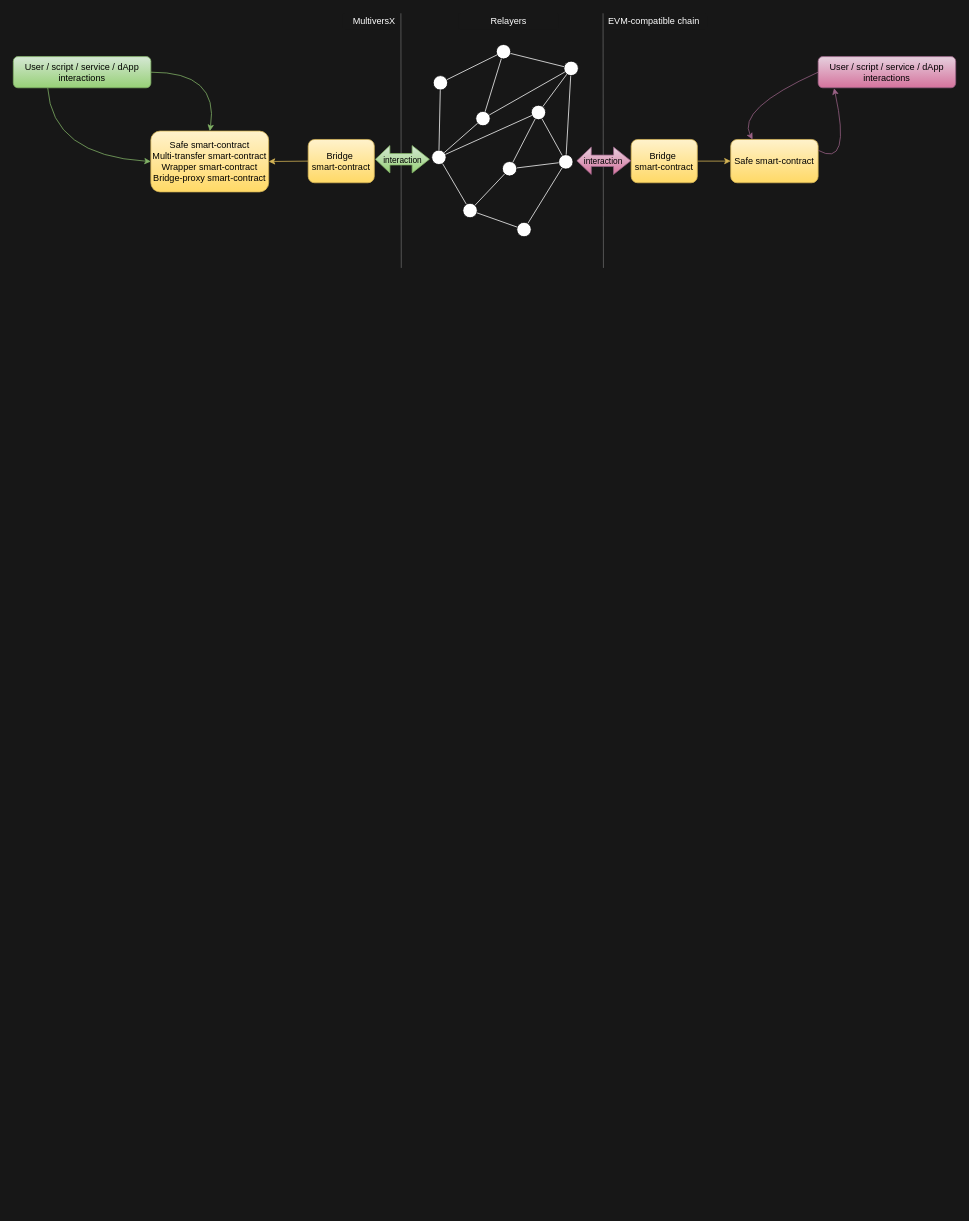
Above: static/xbridge/xbridge-dark.drawio in multiversx/mx-docs (draw.io), before the change. Source tidied: cells renumbered, new cells numbered last; positions are measured from the earlier drawing's top-left corner, leaving out a move shared by most shapes. Both pictures are drawn from the tidied source at 76%, with x=0, y=0 at pixel (13, 13).
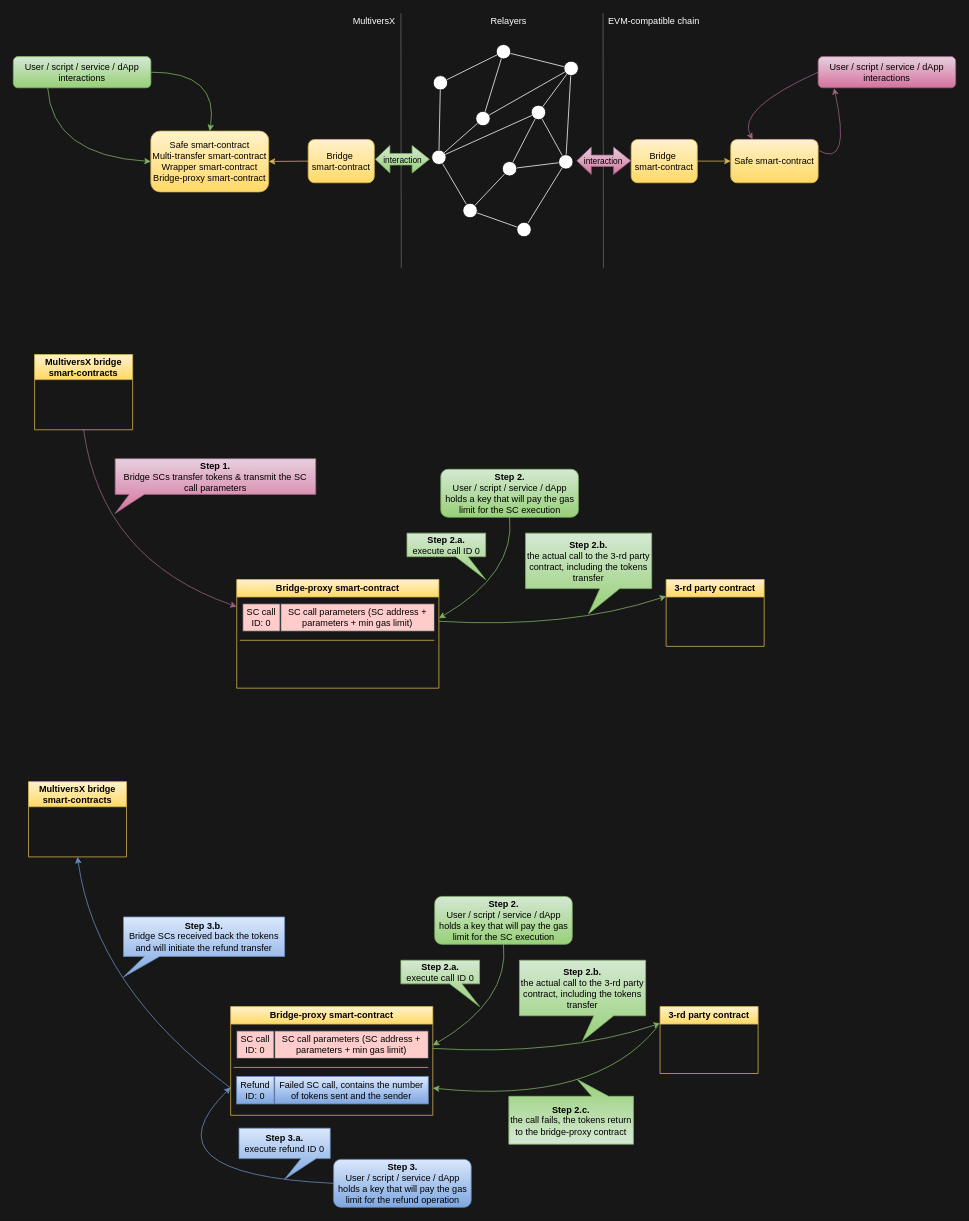
The same page after the edit.

Diff of the diagram source:
```diff
@@
+    <mxCell id="49" value="Bridge-proxy smart-contract" style="swimlane;whiteSpace=wrap;html=1;fillColor=#fff2cc;gradientColor=#ffd966;strokeColor=#d6b656;swimlaneLine=1;noLabel=0;" parent="1" vertex="1">
+      <mxGeometry x="294" y="745" width="266" height="143" as="geometry" />
+    </mxCell>
+    <mxCell id="50" value="SC call parameters (SC address + parameters + min gas limit)" style="rounded=0;whiteSpace=wrap;html=1;fillColor=#ffcccc;strokeColor=#36393d;" parent="49" vertex="1">
+      <mxGeometry x="58" y="32" width="202" height="36" as="geometry" />
+    </mxCell>
+    <mxCell id="51" value="&lt;div&gt;SC call&lt;/div&gt;ID: 0" style="rounded=0;whiteSpace=wrap;html=1;fillColor=#ffcccc;strokeColor=#36393d;" parent="49" vertex="1">
+      <mxGeometry x="8" y="32" width="49" height="36" as="geometry" />
+    </mxCell>
+    <mxCell id="52" style="endArrow=none;html=1;rounded=0;fillColor=#fff2cc;strokeColor=#d6b656;" parent="49" edge="1">
+      <mxGeometry relative="1" as="geometry">
+        <mxPoint x="4" y="80" as="sourcePoint" />
+        <mxPoint x="260" y="80" as="targetPoint" />
+      </mxGeometry>
+    </mxCell>
+    <mxCell id="53" style="curved=1;endArrow=classic;html=1;entryX=0;entryY=0.25;entryDx=0;entryDy=0;strokeColor=#996185;fillColor=#e6d0de;gradientColor=#d5739d;exitX=0.5;exitY=1;exitDx=0;exitDy=0;" parent="1" edge="1" source="58" target="49">
+      <mxGeometry relative="1" as="geometry">
+        <Array as="points">
+          <mxPoint x="116" y="719" />
+        </Array>
+      </mxGeometry>
+    </mxCell>
+    <mxCell id="54" value="&lt;div&gt;&lt;b&gt;Step 2.&lt;/b&gt;&lt;/div&gt;User / script / service / dApp holds a key that will pay the gas limit for the SC execution" style="rounded=1;whiteSpace=wrap;html=1;fillColor=#d5e8d4;strokeColor=#82b366;gradientColor=#97d077;" parent="1" vertex="1">
+      <mxGeometry x="562.5" y="600" width="181" height="63" as="geometry" />
+    </mxCell>
+    <mxCell id="55" style="curved=1;endArrow=classic;html=1;exitX=0.5;exitY=1;exitDx=0;exitDy=0;strokeColor=#82b366;fillColor=#d5e8d4;gradientColor=#97d077;" parent="1" edge="1" source="54">
+      <mxGeometry relative="1" as="geometry">
+        <mxPoint x="560" y="796" as="targetPoint" />
+        <Array as="points">
+          <mxPoint x="661" y="737" />
+        </Array>
+      </mxGeometry>
+    </mxCell>
+    <mxCell id="56" value="3-rd party contract" style="swimlane;whiteSpace=wrap;html=1;fillColor=#fff2cc;gradientColor=#ffd966;strokeColor=#d6b656;" parent="1" vertex="1">
+      <mxGeometry x="859" y="745" width="129" height="88" as="geometry" />
+    </mxCell>
+    <mxCell id="57" style="curved=1;endArrow=classic;html=1;entryX=0;entryY=0.25;entryDx=0;entryDy=0;strokeColor=#82b366;fillColor=#d5e8d4;gradientColor=#97d077;" parent="1" edge="1" target="56">
+      <mxGeometry relative="1" as="geometry">
+        <mxPoint x="560" y="800" as="sourcePoint" />
+        <Array as="points">
+          <mxPoint x="730" y="810" />
+        </Array>
+      </mxGeometry>
+    </mxCell>
+    <mxCell id="58" value="MultiversX bridge smart-contracts" style="swimlane;whiteSpace=wrap;html=1;fillColor=#fff2cc;gradientColor=#ffd966;strokeColor=#d6b656;startSize=33;labelBackgroundColor=none;labelBorderColor=none;" parent="1" vertex="1">
+      <mxGeometry x="28" y="449" width="129" height="99" as="geometry" />
+    </mxCell>
+    <mxCell id="59" style="curved=1;endArrow=classic;html=1;strokeColor=#6c8ebf;fillColor=#dae8fc;exitX=0;exitY=0.75;exitDx=0;exitDy=0;gradientColor=#7ea6e0;entryX=0.5;entryY=1;entryDx=0;entryDy=0;" parent="1" edge="1" target="74">
+      <mxGeometry relative="1" as="geometry">
+        <mxPoint x="286" y="1414.2" as="sourcePoint" />
+        <Array as="points">
+          <mxPoint x="108" y="1281" />
+        </Array>
+      </mxGeometry>
+    </mxCell>
+    <mxCell id="60" style="curved=1;endArrow=classic;html=1;entryX=1;entryY=0.75;entryDx=0;entryDy=0;strokeColor=#82b366;fillColor=#d5e8d4;gradientColor=#97d077;" parent="1" edge="1">
+      <mxGeometry relative="1" as="geometry">
+        <mxPoint x="848" y="1333" as="sourcePoint" />
+        <mxPoint x="552" y="1414.2" as="targetPoint" />
+        <Array as="points">
+          <mxPoint x="766" y="1436" />
+        </Array>
+      </mxGeometry>
+    </mxCell>
+    <mxCell id="61" value="&lt;div&gt;&lt;b&gt;Step 3.&lt;/b&gt;&lt;/div&gt;User / script / service / dApp holds a key that will pay the gas limit for the refund operation" style="rounded=1;whiteSpace=wrap;html=1;fillColor=#dae8fc;strokeColor=#6c8ebf;gradientColor=#7ea6e0;" parent="1" vertex="1">
+      <mxGeometry x="421.5" y="1508" width="181" height="63" as="geometry" />
+    </mxCell>
+    <mxCell id="62" style="curved=1;endArrow=classic;html=1;exitX=0;exitY=0.5;exitDx=0;exitDy=0;strokeColor=#6c8ebf;fillColor=#dae8fc;gradientColor=#7ea6e0;entryX=0;entryY=0.75;entryDx=0;entryDy=0;" parent="1" edge="1" source="61">
+      <mxGeometry relative="1" as="geometry">
+        <mxPoint x="286" y="1413.2" as="targetPoint" />
+        <Array as="points">
+          <mxPoint x="170" y="1528" />
+        </Array>
+      </mxGeometry>
+    </mxCell>
+    <mxCell id="63" value="&lt;div style=&quot;forced-color-adjust: none; color: rgb(0, 0, 0); font-family: Helvetica; font-size: 12px; font-style: normal; font-variant-ligatures: normal; font-variant-caps: normal; font-weight: 400; letter-spacing: normal; orphans: 2; text-align: center; text-indent: 0px; text-transform: none; widows: 2; word-spacing: 0px; -webkit-text-stroke-width: 0px; white-space: normal; text-decoration-thickness: initial; text-decoration-style: initial; text-decoration-color: initial;&quot;&gt;&lt;b style=&quot;forced-color-adjust: none;&quot;&gt;Step 1.&lt;/b&gt;&lt;/div&gt;&lt;span style=&quot;color: rgb(0, 0, 0); font-family: Helvetica; font-size: 12px; font-style: normal; font-variant-ligatures: normal; font-variant-caps: normal; font-weight: 400; letter-spacing: normal; orphans: 2; text-align: center; text-indent: 0px; text-transform: none; widows: 2; word-spacing: 0px; -webkit-text-stroke-width: 0px; white-space: normal; text-decoration-thickness: initial; text-decoration-style: initial; text-decoration-color: initial; float: none; display: inline !important;&quot;&gt;Bridge SCs transfer tokens &amp;amp; transmit the SC call parameters&lt;/span&gt;" style="shape=callout;whiteSpace=wrap;html=1;perimeter=calloutPerimeter;fillColor=#e6d0de;gradientColor=#d5739d;strokeColor=#996185;labelBackgroundColor=none;size=25;position=0.07;position2=0;" parent="1" vertex="1">
+      <mxGeometry x="134" y="586" width="264" height="72" as="geometry" />
+    </mxCell>
+    <mxCell id="64" value="&lt;div style=&quot;forced-color-adjust: none; color: rgb(0, 0, 0); font-family: Helvetica; font-size: 12px; font-style: normal; font-variant-ligatures: normal; font-variant-caps: normal; font-weight: 400; letter-spacing: normal; orphans: 2; text-align: center; text-indent: 0px; text-transform: none; widows: 2; word-spacing: 0px; -webkit-text-stroke-width: 0px; white-space: normal; text-decoration-thickness: initial; text-decoration-style: initial; text-decoration-color: initial;&quot;&gt;&lt;b style=&quot;forced-color-adjust: none;&quot;&gt;Step 2.a.&lt;/b&gt;&lt;/div&gt;&lt;div style=&quot;forced-color-adjust: none; color: rgb(0, 0, 0); font-family: Helvetica; font-size: 12px; font-style: normal; font-variant-ligatures: normal; font-variant-caps: normal; font-weight: 400; letter-spacing: normal; orphans: 2; text-align: center; text-indent: 0px; text-transform: none; widows: 2; word-spacing: 0px; -webkit-text-stroke-width: 0px; white-space: normal; text-decoration-thickness: initial; text-decoration-style: initial; text-decoration-color: initial;&quot;&gt;execute call ID 0&lt;/div&gt;" style="shape=callout;whiteSpace=wrap;html=1;perimeter=calloutPerimeter;fillColor=#d5e8d4;gradientColor=#97d077;strokeColor=#82b366;labelBackgroundColor=none;size=30;position=0.62;position2=1;base=16;" parent="1" vertex="1">
+      <mxGeometry x="518" y="684" width="103.5" height="61" as="geometry" />
+    </mxCell>
+    <mxCell id="65" value="&lt;div style=&quot;forced-color-adjust: none; color: rgb(0, 0, 0); font-family: Helvetica; font-size: 12px; font-style: normal; font-variant-ligatures: normal; font-variant-caps: normal; font-weight: 400; letter-spacing: normal; orphans: 2; text-align: center; text-indent: 0px; text-transform: none; widows: 2; word-spacing: 0px; -webkit-text-stroke-width: 0px; white-space: normal; text-decoration-thickness: initial; text-decoration-style: initial; text-decoration-color: initial;&quot;&gt;&lt;b style=&quot;forced-color-adjust: none;&quot;&gt;Step 2.b.&lt;/b&gt;&lt;/div&gt;&lt;div style=&quot;forced-color-adjust: none; color: rgb(0, 0, 0); font-family: Helvetica; font-size: 12px; font-style: normal; font-variant-ligatures: normal; font-variant-caps: normal; font-weight: 400; letter-spacing: normal; orphans: 2; text-align: center; text-indent: 0px; text-transform: none; widows: 2; word-spacing: 0px; -webkit-text-stroke-width: 0px; white-space: normal; text-decoration-thickness: initial; text-decoration-style: initial; text-decoration-color: initial;&quot;&gt;the actual call to the 3-rd party contract, including the tokens transfer&lt;/div&gt;" style="shape=callout;whiteSpace=wrap;html=1;perimeter=calloutPerimeter;fillColor=#d5e8d4;gradientColor=#97d077;strokeColor=#82b366;labelBackgroundColor=none;base=26;size=33;position=0.59;" parent="1" vertex="1">
+      <mxGeometry x="674" y="684" width="166" height="106" as="geometry" />
+    </mxCell>
+    <mxCell id="66" value="Bridge-proxy smart-contract" style="swimlane;whiteSpace=wrap;html=1;fillColor=#fff2cc;gradientColor=#ffd966;strokeColor=#d6b656;" parent="1" vertex="1">
+      <mxGeometry x="286" y="1307" width="266" height="143" as="geometry" />
+    </mxCell>
+    <mxCell id="67" value="SC call parameters (SC address + parameters + min gas limit)" style="rounded=0;whiteSpace=wrap;html=1;fillColor=#ffcccc;strokeColor=#36393d;" parent="66" vertex="1">
+      <mxGeometry x="58" y="32" width="202" height="36" as="geometry" />
+    </mxCell>
+    <mxCell id="68" value="&lt;div&gt;SC call&lt;/div&gt;ID: 0" style="rounded=0;whiteSpace=wrap;html=1;fillColor=#ffcccc;strokeColor=#36393d;" parent="66" vertex="1">
+      <mxGeometry x="8" y="32" width="49" height="36" as="geometry" />
+    </mxCell>
+    <mxCell id="69" style="endArrow=none;html=1;rounded=0;fillColor=#fff2cc;strokeColor=#d6b656;" parent="66" edge="1">
+      <mxGeometry relative="1" as="geometry">
+        <mxPoint x="4" y="80" as="sourcePoint" />
+        <mxPoint x="260" y="80" as="targetPoint" />
+      </mxGeometry>
+    </mxCell>
+    <mxCell id="70" value="&lt;div&gt;&lt;b&gt;Step 2.&lt;/b&gt;&lt;/div&gt;User / script / service / dApp holds a key that will pay the gas limit for the SC execution" style="rounded=1;whiteSpace=wrap;html=1;fillColor=#d5e8d4;strokeColor=#82b366;gradientColor=#97d077;" parent="1" vertex="1">
+      <mxGeometry x="554.5" y="1162" width="181" height="63" as="geometry" />
+    </mxCell>
+    <mxCell id="71" style="curved=1;endArrow=classic;html=1;exitX=0.5;exitY=1;exitDx=0;exitDy=0;strokeColor=#82b366;fillColor=#d5e8d4;gradientColor=#97d077;" parent="1" edge="1" source="70">
+      <mxGeometry relative="1" as="geometry">
+        <mxPoint x="552" y="1358" as="targetPoint" />
+        <Array as="points">
+          <mxPoint x="653" y="1299" />
+        </Array>
+      </mxGeometry>
+    </mxCell>
+    <mxCell id="72" value="3-rd party contract" style="swimlane;whiteSpace=wrap;html=1;fillColor=#fff2cc;gradientColor=#ffd966;strokeColor=#d6b656;" parent="1" vertex="1">
+      <mxGeometry x="851" y="1307" width="129" height="88" as="geometry" />
+    </mxCell>
+    <mxCell id="73" style="curved=1;endArrow=classic;html=1;entryX=0;entryY=0.25;entryDx=0;entryDy=0;strokeColor=#82b366;fillColor=#d5e8d4;gradientColor=#97d077;" parent="1" edge="1" target="72">
+      <mxGeometry relative="1" as="geometry">
+        <mxPoint x="552" y="1362" as="sourcePoint" />
+        <Array as="points">
+          <mxPoint x="722" y="1372" />
+        </Array>
+      </mxGeometry>
+    </mxCell>
+    <mxCell id="74" value="MultiversX bridge smart-contracts" style="swimlane;whiteSpace=wrap;html=1;fillColor=#fff2cc;gradientColor=#ffd966;strokeColor=#d6b656;startSize=33;labelBackgroundColor=none;labelBorderColor=none;" parent="1" vertex="1">
+      <mxGeometry x="20" y="1011" width="129" height="99" as="geometry" />
+    </mxCell>
+    <mxCell id="75" value="&lt;div style=&quot;forced-color-adjust: none; color: rgb(0, 0, 0); font-family: Helvetica; font-size: 12px; font-style: normal; font-variant-ligatures: normal; font-variant-caps: normal; font-weight: 400; letter-spacing: normal; orphans: 2; text-align: center; text-indent: 0px; text-transform: none; widows: 2; word-spacing: 0px; -webkit-text-stroke-width: 0px; white-space: normal; text-decoration-thickness: initial; text-decoration-style: initial; text-decoration-color: initial;&quot;&gt;&lt;b style=&quot;forced-color-adjust: none;&quot;&gt;Step 2.a.&lt;/b&gt;&lt;/div&gt;&lt;div style=&quot;forced-color-adjust: none; color: rgb(0, 0, 0); font-family: Helvetica; font-size: 12px; font-style: normal; font-variant-ligatures: normal; font-variant-caps: normal; font-weight: 400; letter-spacing: normal; orphans: 2; text-align: center; text-indent: 0px; text-transform: none; widows: 2; word-spacing: 0px; -webkit-text-stroke-width: 0px; white-space: normal; text-decoration-thickness: initial; text-decoration-style: initial; text-decoration-color: initial;&quot;&gt;execute call ID 0&lt;/div&gt;" style="shape=callout;whiteSpace=wrap;html=1;perimeter=calloutPerimeter;fillColor=#d5e8d4;gradientColor=#97d077;strokeColor=#82b366;labelBackgroundColor=none;size=30;position=0.62;position2=1;base=16;" parent="1" vertex="1">
+      <mxGeometry x="510" y="1246" width="103.5" height="61" as="geometry" />
+    </mxCell>
+    <mxCell id="76" value="&lt;div style=&quot;forced-color-adjust: none; color: rgb(0, 0, 0); font-family: Helvetica; font-size: 12px; font-style: normal; font-variant-ligatures: normal; font-variant-caps: normal; font-weight: 400; letter-spacing: normal; orphans: 2; text-align: center; text-indent: 0px; text-transform: none; widows: 2; word-spacing: 0px; -webkit-text-stroke-width: 0px; white-space: normal; text-decoration-thickness: initial; text-decoration-style: initial; text-decoration-color: initial;&quot;&gt;&lt;b style=&quot;forced-color-adjust: none;&quot;&gt;Step 2.b.&lt;/b&gt;&lt;/div&gt;&lt;div style=&quot;forced-color-adjust: none; color: rgb(0, 0, 0); font-family: Helvetica; font-size: 12px; font-style: normal; font-variant-ligatures: normal; font-variant-caps: normal; font-weight: 400; letter-spacing: normal; orphans: 2; text-align: center; text-indent: 0px; text-transform: none; widows: 2; word-spacing: 0px; -webkit-text-stroke-width: 0px; white-space: normal; text-decoration-thickness: initial; text-decoration-style: initial; text-decoration-color: initial;&quot;&gt;the actual call to the 3-rd party contract, including the tokens transfer&lt;/div&gt;" style="shape=callout;whiteSpace=wrap;html=1;perimeter=calloutPerimeter;fillColor=#d5e8d4;gradientColor=#97d077;strokeColor=#82b366;labelBackgroundColor=none;base=26;size=33;position=0.59;" parent="1" vertex="1">
+      <mxGeometry x="666" y="1246" width="166" height="106" as="geometry" />
+    </mxCell>
+    <mxCell id="77" value="Failed SC call, contains the number of tokens sent and the sender" style="rounded=0;whiteSpace=wrap;html=1;fillColor=#dae8fc;strokeColor=#6c8ebf;gradientColor=#7ea6e0;" parent="1" vertex="1">
+      <mxGeometry x="344" y="1399" width="202" height="36" as="geometry" />
+    </mxCell>
+    <mxCell id="78" value="&lt;div&gt;Refund&lt;/div&gt;ID: 0" style="rounded=0;whiteSpace=wrap;html=1;fillColor=#dae8fc;strokeColor=#6c8ebf;gradientColor=#7ea6e0;" parent="1" vertex="1">
+      <mxGeometry x="294" y="1399" width="49" height="36" as="geometry" />
+    </mxCell>
+    <mxCell id="79" value="&lt;div&gt;&lt;b&gt;Step 2.c.&lt;/b&gt;&lt;/div&gt;&lt;div&gt;the call fails, the tokens return to the bridge-proxy contract&lt;/div&gt;" style="shape=callout;whiteSpace=wrap;html=1;perimeter=calloutPerimeter;size=22;position=0.2;position2=0.45;base=22;direction=west;fillColor=#d5e8d4;gradientColor=#97d077;strokeColor=#82b366;" parent="1" vertex="1">
+      <mxGeometry x="652" y="1403" width="164" height="85" as="geometry" />
+    </mxCell>
+    <mxCell id="80" value="&lt;div style=&quot;forced-color-adjust: none; color: rgb(0, 0, 0); font-family: Helvetica; font-size: 12px; font-style: normal; font-variant-ligatures: normal; font-variant-caps: normal; font-weight: 400; letter-spacing: normal; orphans: 2; text-align: center; text-indent: 0px; text-transform: none; widows: 2; word-spacing: 0px; -webkit-text-stroke-width: 0px; white-space: normal; text-decoration-thickness: initial; text-decoration-style: initial; text-decoration-color: initial;&quot;&gt;&lt;b style=&quot;forced-color-adjust: none;&quot;&gt;Step 3.a.&lt;/b&gt;&lt;/div&gt;&lt;div style=&quot;forced-color-adjust: none; color: rgb(0, 0, 0); font-family: Helvetica; font-size: 12px; font-style: normal; font-variant-ligatures: normal; font-variant-caps: normal; font-weight: 400; letter-spacing: normal; orphans: 2; text-align: center; text-indent: 0px; text-transform: none; widows: 2; word-spacing: 0px; -webkit-text-stroke-width: 0px; white-space: normal; text-decoration-thickness: initial; text-decoration-style: initial; text-decoration-color: initial;&quot;&gt;execute refund ID 0&lt;/div&gt;" style="shape=callout;whiteSpace=wrap;html=1;perimeter=calloutPerimeter;fillColor=#dae8fc;gradientColor=#7ea6e0;strokeColor=#6c8ebf;labelBackgroundColor=none;size=27;position=0.68;" parent="1" vertex="1">
+      <mxGeometry x="297" y="1467" width="120" height="67" as="geometry" />
+    </mxCell>
+    <mxCell id="81" value="&lt;div style=&quot;forced-color-adjust: none; color: rgb(0, 0, 0); font-family: Helvetica; font-size: 12px; font-style: normal; font-variant-ligatures: normal; font-variant-caps: normal; font-weight: 400; letter-spacing: normal; orphans: 2; text-align: center; text-indent: 0px; text-transform: none; widows: 2; word-spacing: 0px; -webkit-text-stroke-width: 0px; white-space: normal; text-decoration-thickness: initial; text-decoration-style: initial; text-decoration-color: initial;&quot;&gt;&lt;b style=&quot;forced-color-adjust: none;&quot;&gt;Step 3.b.&lt;/b&gt;&lt;/div&gt;&lt;span style=&quot;color: rgb(0, 0, 0); font-family: Helvetica; font-size: 12px; font-style: normal; font-variant-ligatures: normal; font-variant-caps: normal; font-weight: 400; letter-spacing: normal; orphans: 2; text-align: center; text-indent: 0px; text-transform: none; widows: 2; word-spacing: 0px; -webkit-text-stroke-width: 0px; white-space: normal; text-decoration-thickness: initial; text-decoration-style: initial; text-decoration-color: initial; float: none; display: inline !important;&quot;&gt;Bridge SCs received back the tokens and will initiate the refund transfer&lt;/span&gt;" style="shape=callout;whiteSpace=wrap;html=1;perimeter=calloutPerimeter;size=27;position=0.13;position2=0;fillColor=#dae8fc;gradientColor=#7ea6e0;strokeColor=#6c8ebf;labelBackgroundColor=none;" parent="1" vertex="1">
+      <mxGeometry x="145" y="1189" width="212" height="79" as="geometry" />
+    </mxCell>
```
